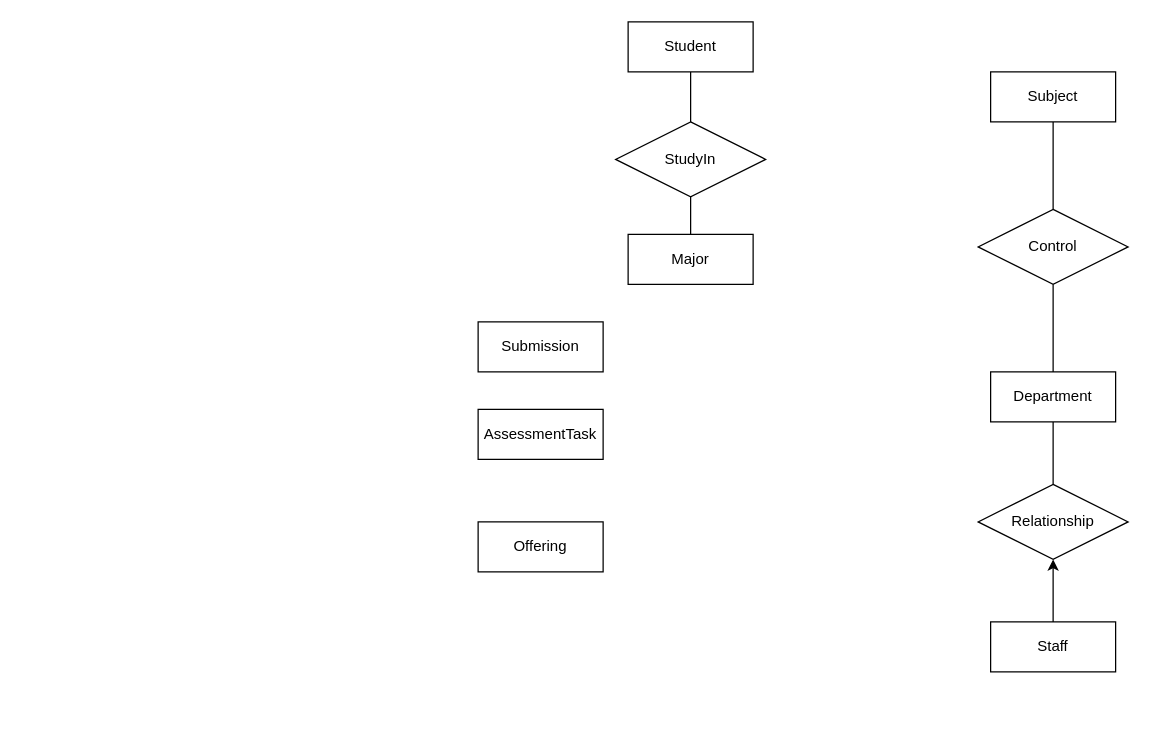
Earlier version of the draw.io diagram isys2120a2.drawio (NguyenChHieu/graphs). Source tidied: cells renumbered, new cells numbered last; positions are measured from the earlier drawing's top-left corner, leaving out a move shared by most shapes. Both pictures are drawn from the tidied source at 125%, with x=0, y=0 at pixel (478, 21).
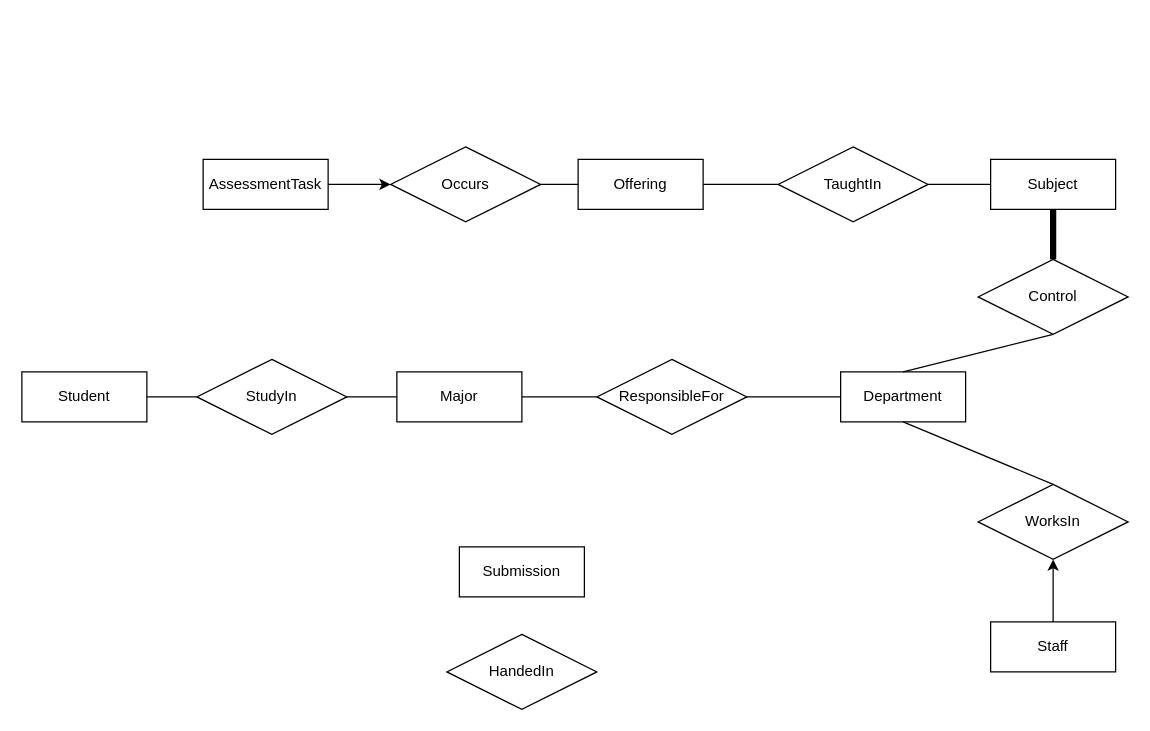
The same diagram, later.

Diff of the diagram source:
```diff
@@
     <mxCell id="2" value="Submission" style="whiteSpace=wrap;html=1;align=center;" parent="1" vertex="1">
-      <mxGeometry y="240" width="100" height="40" as="geometry" />
+      <mxGeometry x="-15" y="420" width="100" height="40" as="geometry" />
     </mxCell>
     <mxCell id="3" value="Student" style="whiteSpace=wrap;html=1;align=center;" parent="1" vertex="1">
-      <mxGeometry x="120" width="100" height="40" as="geometry" />
+      <mxGeometry x="-365" y="280" width="100" height="40" as="geometry" />
     </mxCell>
@@
     <mxCell id="5" value="Offering" style="whiteSpace=wrap;html=1;align=center;" parent="1" vertex="1">
-      <mxGeometry y="400" width="100" height="40" as="geometry" />
+      <mxGeometry x="80" y="110" width="100" height="40" as="geometry" />
     </mxCell>
     <mxCell id="6" value="AssessmentTask" style="whiteSpace=wrap;html=1;align=center;" parent="1" vertex="1">
-      <mxGeometry y="310" width="100" height="40" as="geometry" />
+      <mxGeometry x="-220" y="110" width="100" height="40" as="geometry" />
     </mxCell>
     <mxCell id="7" value="Subject" style="whiteSpace=wrap;html=1;align=center;" parent="1" vertex="1">
-      <mxGeometry x="410" y="40" width="100" height="40" as="geometry" />
+      <mxGeometry x="410" y="110" width="100" height="40" as="geometry" />
     </mxCell>
     <mxCell id="8" value="Department" style="whiteSpace=wrap;html=1;align=center;" parent="1" vertex="1">
-      <mxGeometry x="410" y="280" width="100" height="40" as="geometry" />
+      <mxGeometry x="290" y="280" width="100" height="40" as="geometry" />
     </mxCell>
     <mxCell id="9" value="Major" style="whiteSpace=wrap;html=1;align=center;" parent="1" vertex="1">
-      <mxGeometry x="120" y="170" width="100" height="40" as="geometry" />
+      <mxGeometry x="-65" y="280" width="100" height="40" as="geometry" />
     </mxCell>
     <mxCell id="10" value="StudyIn" style="shape=rhombus;perimeter=rhombusPerimeter;whiteSpace=wrap;html=1;align=center;" parent="1" vertex="1">
-      <mxGeometry x="110" y="80" width="120" height="60" as="geometry" />
+      <mxGeometry x="-225" y="270" width="120" height="60" as="geometry" />
     </mxCell>
-    <mxCell id="11" style="endArrow=none;html=1;rounded=0;entryX=0.5;entryY=1;entryDx=0;entryDy=0;exitX=0.5;exitY=0;exitDx=0;exitDy=0;" parent="1" edge="1" source="9" target="10">
+    <mxCell id="11" style="endArrow=none;html=1;rounded=0;entryX=1;entryY=0.5;entryDx=0;entryDy=0;exitX=0;exitY=0.5;exitDx=0;exitDy=0;" parent="1" edge="1" source="9" target="10">
       <mxGeometry relative="1" as="geometry" />
     </mxCell>
-    <mxCell id="12" style="endArrow=none;html=1;rounded=0;entryX=0.5;entryY=1;entryDx=0;entryDy=0;" parent="1" edge="1" source="10" target="3">
+    <mxCell id="12" style="endArrow=none;html=1;rounded=0;entryX=1;entryY=0.5;entryDx=0;entryDy=0;" parent="1" edge="1" source="10" target="3">
       <mxGeometry relative="1" as="geometry" />
     </mxCell>
-    <mxCell id="13" value="Relationship" style="shape=rhombus;perimeter=rhombusPerimeter;whiteSpace=wrap;html=1;align=center;" parent="1" vertex="1">
+    <mxCell id="13" value="WorksIn" style="shape=rhombus;perimeter=rhombusPerimeter;whiteSpace=wrap;html=1;align=center;" parent="1" vertex="1">
       <mxGeometry x="400" y="370" width="120" height="60" as="geometry" />
     </mxCell>
@@
     <mxCell id="16" value="Control" style="shape=rhombus;perimeter=rhombusPerimeter;whiteSpace=wrap;html=1;align=center;" parent="1" vertex="1">
-      <mxGeometry x="400" y="150" width="120" height="60" as="geometry" />
+      <mxGeometry x="400" y="190" width="120" height="60" as="geometry" />
     </mxCell>
-    <mxCell id="17" style="endArrow=none;html=1;rounded=0;entryX=0.5;entryY=1;entryDx=0;entryDy=0;exitX=0.5;exitY=0;exitDx=0;exitDy=0;" parent="1" edge="1" source="16" target="7">
+    <mxCell id="17" style="endArrow=none;html=1;rounded=0;entryX=0.5;entryY=1;entryDx=0;entryDy=0;exitX=0.5;exitY=0;exitDx=0;exitDy=0;strokeWidth=5;" parent="1" edge="1" source="16" target="7">
       <mxGeometry relative="1" as="geometry" />
     </mxCell>
@@
+    <mxCell id="19" value="HandedIn" style="shape=rhombus;perimeter=rhombusPerimeter;whiteSpace=wrap;html=1;align=center;" parent="1" vertex="1">
+      <mxGeometry x="-25" y="490" width="120" height="60" as="geometry" />
+    </mxCell>
+    <mxCell id="20" value="Occurs" style="shape=rhombus;perimeter=rhombusPerimeter;whiteSpace=wrap;html=1;align=center;" parent="1" vertex="1">
+      <mxGeometry x="-70" y="100" width="120" height="60" as="geometry" />
+    </mxCell>
+    <mxCell id="21" style="endArrow=none;html=1;rounded=0;entryX=0;entryY=0.5;entryDx=0;entryDy=0;exitX=1;exitY=0.5;exitDx=0;exitDy=0;" parent="1" edge="1" source="20" target="5">
+      <mxGeometry relative="1" as="geometry" />
+    </mxCell>
+    <mxCell id="22" value="TaughtIn" style="shape=rhombus;perimeter=rhombusPerimeter;whiteSpace=wrap;html=1;align=center;" parent="1" vertex="1">
+      <mxGeometry x="240" y="100" width="120" height="60" as="geometry" />
+    </mxCell>
+    <mxCell id="23" style="endArrow=classic;html=1;rounded=0;exitX=1;exitY=0.5;exitDx=0;exitDy=0;entryX=0;entryY=0.5;entryDx=0;entryDy=0;" parent="1" edge="1" source="6" target="20">
+      <mxGeometry relative="1" as="geometry" />
+    </mxCell>
+    <mxCell id="24" style="endArrow=none;html=1;rounded=0;entryX=0;entryY=0.5;entryDx=0;entryDy=0;exitX=1;exitY=0.5;exitDx=0;exitDy=0;" parent="1" edge="1" source="22" target="7">
+      <mxGeometry relative="1" as="geometry" />
+    </mxCell>
+    <mxCell id="25" style="endArrow=none;html=1;rounded=0;exitX=1;exitY=0.5;exitDx=0;exitDy=0;entryX=0;entryY=0.5;entryDx=0;entryDy=0;" parent="1" edge="1" source="5" target="22">
+      <mxGeometry relative="1" as="geometry" />
+    </mxCell>
+    <mxCell id="26" value="ResponsibleFor" style="shape=rhombus;perimeter=rhombusPerimeter;whiteSpace=wrap;html=1;align=center;" parent="1" vertex="1">
+      <mxGeometry x="95" y="270" width="120" height="60" as="geometry" />
+    </mxCell>
+    <mxCell id="27" style="endArrow=none;html=1;rounded=0;entryX=0;entryY=0.5;entryDx=0;entryDy=0;exitX=1;exitY=0.5;exitDx=0;exitDy=0;" parent="1" edge="1" source="26" target="8">
+      <mxGeometry relative="1" as="geometry" />
+    </mxCell>
+    <mxCell id="28" style="endArrow=none;html=1;rounded=0;entryX=0;entryY=0.5;entryDx=0;entryDy=0;exitX=1;exitY=0.5;exitDx=0;exitDy=0;" parent="1" edge="1" source="9" target="26">
+      <mxGeometry relative="1" as="geometry" />
+    </mxCell>
```
